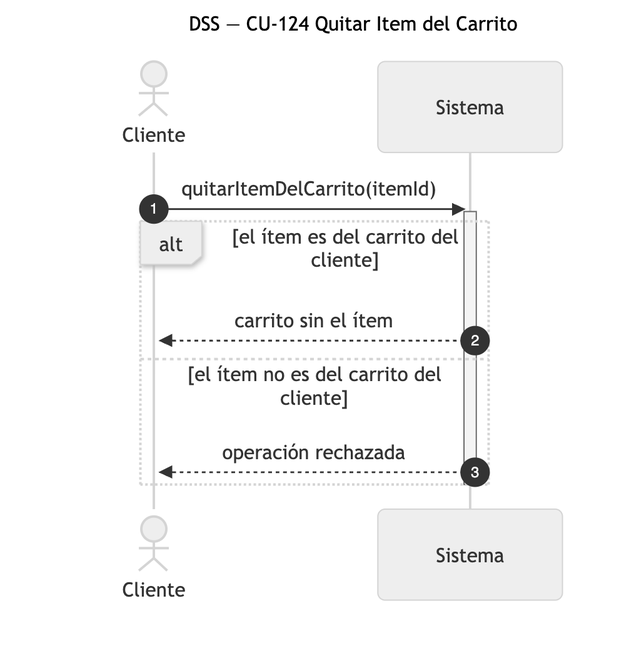
This is diagramas/png/DSS_CU-124_Quitar-Item-del-Carrito.png from Nahuelito-Dev/splg-docs, a Mermaid export, as it was before one commit. Its source is kept beside it as diagramas/DSS_CU-124_Quitar-Item-del-Carrito.mmd. Its diagram source:
```mermaid
sequenceDiagram
    title DSS — CU-124 Quitar Item del Carrito
    autonumber
    actor CLI as Cliente
    participant SIS as Sistema

    CLI->>SIS: quitarItemDelCarrito(itemId)
    activate SIS
    alt el ítem es del carrito del cliente
        SIS-->>CLI: carrito sin el ítem
    else el ítem no es del carrito del cliente
        SIS-->>CLI: operación rechazada
    end
    deactivate SIS
```
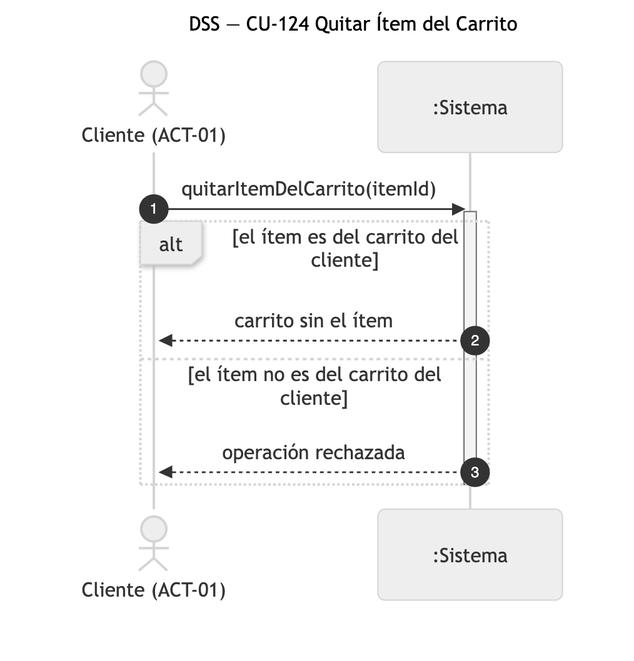
Above is the later version.

Change to the diagram source:
```diff
@@ -1,8 +1,8 @@
 sequenceDiagram
-    title DSS — CU-124 Quitar Item del Carrito
+    title DSS — CU-124 Quitar Ítem del Carrito
     autonumber
-    actor CLI as Cliente
-    participant SIS as Sistema
+    actor CLI as Cliente (ACT-01)
+    participant SIS as :Sistema
 
     CLI->>SIS: quitarItemDelCarrito(itemId)
     activate SIS
```
